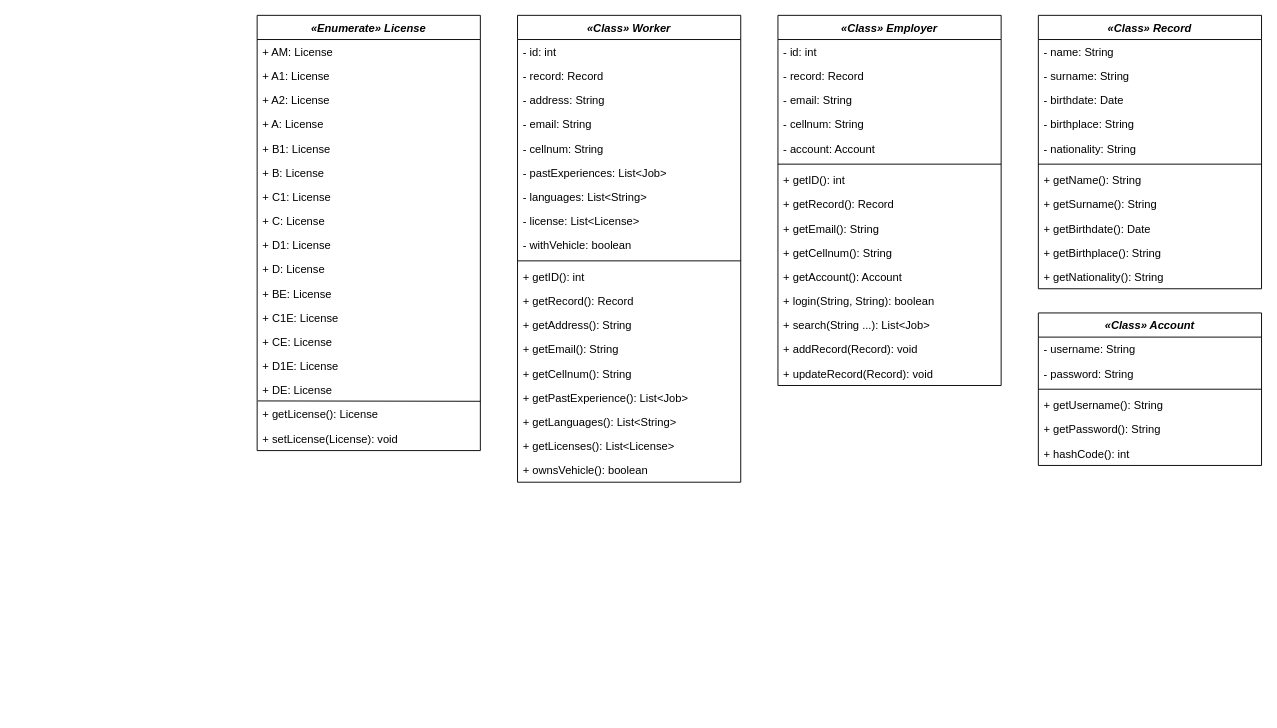
Alessio240593/SeasonalWorkApp keeps this draw.io diagram as doc/diagrams/class/class.drawio. Above is the earlier version. Source tidied: cells renumbered, new cells numbered last; positions are measured from the earlier drawing's top-left corner, leaving out a move shared by most shapes. Both pictures are drawn from the tidied source at 93%, with x=0, y=0 at pixel (257, 15).
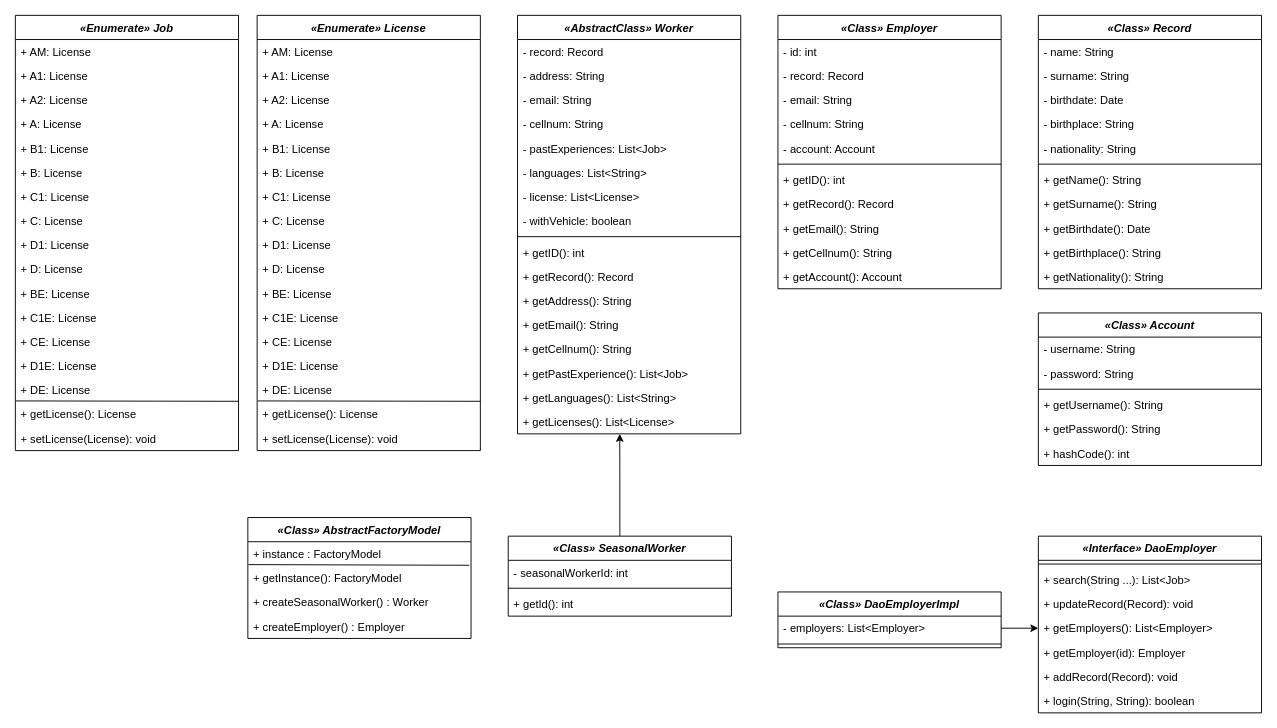
The same diagram, later.

Commit message:
prova class diagram

Change to the diagram source:
```diff
@@
     <mxCell id="2" value="«Class» Employer" style="swimlane;fontStyle=3;align=center;verticalAlign=top;horizontal=1;startSize=26;" parent="1" vertex="1">
-      <mxGeometry x="560" width="240" height="398" as="geometry" />
+      <mxGeometry x="560" width="240" height="294" as="geometry" />
     </mxCell>
@@
-    <mxCell id="14" value="+ login(String, String): boolean" style="text;strokeColor=none;fillColor=none;align=left;verticalAlign=top;spacingLeft=4;spacingRight=4;overflow=hidden;" parent="2" vertex="1">
-      <mxGeometry y="294" width="240" height="26" as="geometry" />
-    </mxCell>
-    <mxCell id="15" value="+ search(String ...): List&lt;Job&gt;" style="text;strokeColor=none;fillColor=none;align=left;verticalAlign=top;spacingLeft=4;spacingRight=4;overflow=hidden;" parent="2" vertex="1">
-      <mxGeometry y="320" width="240" height="26" as="geometry" />
-    </mxCell>
-    <mxCell id="16" value="+ addRecord(Record): void" style="text;strokeColor=none;fillColor=none;align=left;verticalAlign=top;spacingLeft=4;spacingRight=4;overflow=hidden;" parent="2" vertex="1">
-      <mxGeometry y="346" width="240" height="26" as="geometry" />
-    </mxCell>
-    <mxCell id="17" value="+ updateRecord(Record): void" style="text;strokeColor=none;fillColor=none;align=left;verticalAlign=top;spacingLeft=4;spacingRight=4;overflow=hidden;" parent="2" vertex="1">
-      <mxGeometry y="372" width="240" height="26" as="geometry" />
-    </mxCell>
@@
-    <mxCell id="37" value="«Class» Worker" style="swimlane;fontStyle=3;align=center;verticalAlign=top;horizontal=1;startSize=26;" parent="1" vertex="1">
-      <mxGeometry x="280" width="240" height="502" as="geometry" />
+    <mxCell id="37" value="«AbstractClass» Worker" style="swimlane;fontStyle=3;align=center;verticalAlign=top;horizontal=1;startSize=26;" parent="1" vertex="1">
+      <mxGeometry x="280" width="240" height="450" as="geometry" />
     </mxCell>
-    <mxCell id="38" value="- id: int" style="text;strokeColor=none;fillColor=none;align=left;verticalAlign=top;spacingLeft=4;spacingRight=4;overflow=hidden;" parent="37" vertex="1">
-      <mxGeometry y="26" width="240" height="26" as="geometry" />
-    </mxCell>
     <mxCell id="39" value="- record: Record" style="text;strokeColor=none;fillColor=none;align=left;verticalAlign=top;spacingLeft=4;spacingRight=4;overflow=hidden;" parent="37" vertex="1">
-      <mxGeometry y="52" width="240" height="26" as="geometry" />
+      <mxGeometry y="26" width="240" height="26" as="geometry" />
     </mxCell>
     <mxCell id="40" value="- address: String&#10;" style="text;strokeColor=none;fillColor=none;align=left;verticalAlign=top;spacingLeft=4;spacingRight=4;overflow=hidden;" parent="37" vertex="1">
-      <mxGeometry y="78" width="240" height="26" as="geometry" />
+      <mxGeometry y="52" width="240" height="26" as="geometry" />
     </mxCell>
     <mxCell id="41" value="- email: String&#10;" style="text;strokeColor=none;fillColor=none;align=left;verticalAlign=top;spacingLeft=4;spacingRight=4;overflow=hidden;" parent="37" vertex="1">
-      <mxGeometry y="104" width="240" height="26" as="geometry" />
+      <mxGeometry y="78" width="240" height="26" as="geometry" />
     </mxCell>
     <mxCell id="42" value="- cellnum: String" style="text;strokeColor=none;fillColor=none;align=left;verticalAlign=top;spacingLeft=4;spacingRight=4;overflow=hidden;" parent="37" vertex="1">
-      <mxGeometry y="130" width="240" height="26" as="geometry" />
+      <mxGeometry y="104" width="240" height="26" as="geometry" />
     </mxCell>
     <mxCell id="43" value="- pastExperiences: List&lt;Job&gt;" style="text;strokeColor=none;fillColor=none;align=left;verticalAlign=top;spacingLeft=4;spacingRight=4;overflow=hidden;" parent="37" vertex="1">
-      <mxGeometry y="156" width="240" height="26" as="geometry" />
+      <mxGeometry y="130" width="240" height="26" as="geometry" />
     </mxCell>
     <mxCell id="44" value="- languages: List&lt;String&gt;" style="text;strokeColor=none;fillColor=none;align=left;verticalAlign=top;spacingLeft=4;spacingRight=4;overflow=hidden;" parent="37" vertex="1">
-      <mxGeometry y="182" width="240" height="26" as="geometry" />
+      <mxGeometry y="156" width="240" height="26" as="geometry" />
     </mxCell>
     <mxCell id="45" value="- license: List&lt;License&gt;" style="text;strokeColor=none;fillColor=none;align=left;verticalAlign=top;spacingLeft=4;spacingRight=4;overflow=hidden;" parent="37" vertex="1">
-      <mxGeometry y="208" width="240" height="26" as="geometry" />
+      <mxGeometry y="182" width="240" height="26" as="geometry" />
     </mxCell>
     <mxCell id="46" value="- withVehicle: boolean" style="text;strokeColor=none;fillColor=none;align=left;verticalAlign=top;spacingLeft=4;spacingRight=4;overflow=hidden;" parent="37" vertex="1">
-      <mxGeometry y="234" width="240" height="26" as="geometry" />
+      <mxGeometry y="208" width="240" height="26" as="geometry" />
     </mxCell>
     <mxCell id="47" style="line;strokeWidth=1;fillColor=none;align=left;verticalAlign=middle;spacingTop=-1;spacingLeft=3;spacingRight=3;labelPosition=right;" parent="37" vertex="1">
-      <mxGeometry y="260" width="240" height="8" as="geometry" />
+      <mxGeometry y="234" width="240" height="8" as="geometry" />
     </mxCell>
     <mxCell id="48" value="+ getID(): int" style="text;strokeColor=none;fillColor=none;align=left;verticalAlign=top;spacingLeft=4;spacingRight=4;overflow=hidden;" parent="37" vertex="1">
-      <mxGeometry y="268" width="240" height="26" as="geometry" />
+      <mxGeometry y="242" width="240" height="26" as="geometry" />
     </mxCell>
     <mxCell id="49" value="+ getRecord(): Record" style="text;strokeColor=none;fillColor=none;align=left;verticalAlign=top;spacingLeft=4;spacingRight=4;overflow=hidden;" parent="37" vertex="1">
-      <mxGeometry y="294" width="240" height="26" as="geometry" />
+      <mxGeometry y="268" width="240" height="26" as="geometry" />
     </mxCell>
     <mxCell id="50" value="+ getAddress(): String" style="text;strokeColor=none;fillColor=none;align=left;verticalAlign=top;spacingLeft=4;spacingRight=4;overflow=hidden;" parent="37" vertex="1">
-      <mxGeometry y="320" width="240" height="26" as="geometry" />
+      <mxGeometry y="294" width="240" height="26" as="geometry" />
     </mxCell>
     <mxCell id="51" value="+ getEmail(): String" style="text;strokeColor=none;fillColor=none;align=left;verticalAlign=top;spacingLeft=4;spacingRight=4;overflow=hidden;" parent="37" vertex="1">
-      <mxGeometry y="346" width="240" height="26" as="geometry" />
+      <mxGeometry y="320" width="240" height="26" as="geometry" />
     </mxCell>
     <mxCell id="52" value="+ getCellnum(): String" style="text;strokeColor=none;fillColor=none;align=left;verticalAlign=top;spacingLeft=4;spacingRight=4;overflow=hidden;" parent="37" vertex="1">
-      <mxGeometry y="372" width="240" height="26" as="geometry" />
+      <mxGeometry y="346" width="240" height="26" as="geometry" />
     </mxCell>
     <mxCell id="53" value="+ getPastExperience(): List&lt;Job&gt;" style="text;strokeColor=none;fillColor=none;align=left;verticalAlign=top;spacingLeft=4;spacingRight=4;overflow=hidden;" parent="37" vertex="1">
-      <mxGeometry y="398" width="240" height="26" as="geometry" />
+      <mxGeometry y="372" width="240" height="26" as="geometry" />
     </mxCell>
     <mxCell id="54" value="+ getLanguages(): List&lt;String&gt;" style="text;strokeColor=none;fillColor=none;align=left;verticalAlign=top;spacingLeft=4;spacingRight=4;overflow=hidden;" parent="37" vertex="1">
-      <mxGeometry y="424" width="240" height="26" as="geometry" />
+      <mxGeometry y="398" width="240" height="26" as="geometry" />
     </mxCell>
     <mxCell id="55" value="+ getLicenses(): List&lt;License&gt;" style="text;strokeColor=none;fillColor=none;align=left;verticalAlign=top;spacingLeft=4;spacingRight=4;overflow=hidden;points=[[0,0.5],[1,0.5]];portConstraint=eastwest;" parent="37" vertex="1">
-      <mxGeometry y="450" width="240" height="26" as="geometry" />
+      <mxGeometry y="424" width="240" height="26" as="geometry" />
     </mxCell>
-    <mxCell id="56" value="+ ownsVehicle(): boolean" style="text;strokeColor=none;fillColor=none;align=left;verticalAlign=top;spacingLeft=4;spacingRight=4;overflow=hidden;" parent="37" vertex="1">
-      <mxGeometry y="476" width="240" height="26" as="geometry" />
-    </mxCell>
@@
+    <mxCell id="76" style="edgeStyle=orthogonalEdgeStyle;rounded=0;jettySize=auto;html=1;exitX=0.5;exitY=0;exitDx=0;exitDy=0;entryX=0.458;entryY=1;entryDx=0;entryDy=0;entryPerimeter=0;" parent="1" edge="1" source="77" target="55">
+      <mxGeometry relative="1" as="geometry" />
+    </mxCell>
+    <mxCell id="77" value="«Class» SeasonalWorker" style="swimlane;fontStyle=3;align=center;verticalAlign=top;horizontal=1;startSize=26;" parent="1" vertex="1">
+      <mxGeometry x="270" y="560" width="240" height="86" as="geometry" />
+    </mxCell>
+    <mxCell id="56" value="- seasonalWorkerId: int" style="text;strokeColor=none;fillColor=none;align=left;verticalAlign=top;spacingLeft=4;spacingRight=4;overflow=hidden;" parent="77" vertex="1">
+      <mxGeometry y="26" width="240" height="26" as="geometry" />
+    </mxCell>
+    <mxCell id="78" style="line;strokeWidth=1;fillColor=none;align=left;verticalAlign=middle;spacingTop=-1;spacingLeft=3;spacingRight=3;labelPosition=right;" parent="77" vertex="1">
+      <mxGeometry y="52" width="240" height="8" as="geometry" />
+    </mxCell>
+    <mxCell id="79" value="+ getId(): int" style="text;strokeColor=none;fillColor=none;align=left;verticalAlign=top;spacingLeft=4;spacingRight=4;overflow=hidden;" parent="77" vertex="1">
+      <mxGeometry y="60" width="240" height="26" as="geometry" />
+    </mxCell>
+    <mxCell id="80" value="«Enumerate» Job" style="swimlane;fontStyle=3;align=center;verticalAlign=top;horizontal=1;startSize=26;" parent="1" vertex="1">
+      <mxGeometry x="-260" width="240" height="468" as="geometry" />
+    </mxCell>
+    <mxCell id="81" value="+ AM: License" style="text;strokeColor=none;fillColor=none;align=left;verticalAlign=top;spacingLeft=4;spacingRight=4;overflow=hidden;" parent="80" vertex="1">
+      <mxGeometry y="26" width="240" height="26" as="geometry" />
+    </mxCell>
+    <mxCell id="82" value="+ A1: License" style="text;strokeColor=none;fillColor=none;align=left;verticalAlign=top;spacingLeft=4;spacingRight=4;overflow=hidden;" parent="80" vertex="1">
+      <mxGeometry y="52" width="240" height="26" as="geometry" />
+    </mxCell>
+    <mxCell id="83" value="+ A2: License" style="text;strokeColor=none;fillColor=none;align=left;verticalAlign=top;spacingLeft=4;spacingRight=4;overflow=hidden;" parent="80" vertex="1">
+      <mxGeometry y="78" width="240" height="26" as="geometry" />
+    </mxCell>
+    <mxCell id="84" value="+ A: License" style="text;strokeColor=none;fillColor=none;align=left;verticalAlign=top;spacingLeft=4;spacingRight=4;overflow=hidden;" parent="80" vertex="1">
+      <mxGeometry y="104" width="240" height="26" as="geometry" />
+    </mxCell>
+    <mxCell id="85" value="+ B1: License" style="text;strokeColor=none;fillColor=none;align=left;verticalAlign=top;spacingLeft=4;spacingRight=4;overflow=hidden;" parent="80" vertex="1">
+      <mxGeometry y="130" width="240" height="26" as="geometry" />
+    </mxCell>
+    <mxCell id="86" value="+ B: License" style="text;strokeColor=none;fillColor=none;align=left;verticalAlign=top;spacingLeft=4;spacingRight=4;overflow=hidden;" parent="80" vertex="1">
+      <mxGeometry y="156" width="240" height="26" as="geometry" />
+    </mxCell>
+    <mxCell id="87" value="+ C1: License" style="text;strokeColor=none;fillColor=none;align=left;verticalAlign=top;spacingLeft=4;spacingRight=4;overflow=hidden;" parent="80" vertex="1">
+      <mxGeometry y="182" width="240" height="26" as="geometry" />
+    </mxCell>
+    <mxCell id="88" value="+ C: License" style="text;strokeColor=none;fillColor=none;align=left;verticalAlign=top;spacingLeft=4;spacingRight=4;overflow=hidden;" parent="80" vertex="1">
+      <mxGeometry y="208" width="240" height="26" as="geometry" />
+    </mxCell>
+    <mxCell id="89" value="+ D1: License" style="text;strokeColor=none;fillColor=none;align=left;verticalAlign=top;spacingLeft=4;spacingRight=4;overflow=hidden;" parent="80" vertex="1">
+      <mxGeometry y="234" width="240" height="26" as="geometry" />
+    </mxCell>
+    <mxCell id="90" value="+ D: License" style="text;strokeColor=none;fillColor=none;align=left;verticalAlign=top;spacingLeft=4;spacingRight=4;overflow=hidden;" parent="80" vertex="1">
+      <mxGeometry y="260" width="240" height="26" as="geometry" />
+    </mxCell>
+    <mxCell id="91" value="+ BE: License" style="text;strokeColor=none;fillColor=none;align=left;verticalAlign=top;spacingLeft=4;spacingRight=4;overflow=hidden;" parent="80" vertex="1">
+      <mxGeometry y="286" width="240" height="26" as="geometry" />
+    </mxCell>
+    <mxCell id="92" value="+ C1E: License" style="text;strokeColor=none;fillColor=none;align=left;verticalAlign=top;spacingLeft=4;spacingRight=4;overflow=hidden;" parent="80" vertex="1">
+      <mxGeometry y="312" width="240" height="26" as="geometry" />
+    </mxCell>
+    <mxCell id="93" value="+ CE: License" style="text;strokeColor=none;fillColor=none;align=left;verticalAlign=top;spacingLeft=4;spacingRight=4;overflow=hidden;" parent="80" vertex="1">
+      <mxGeometry y="338" width="240" height="26" as="geometry" />
+    </mxCell>
+    <mxCell id="94" value="+ D1E: License" style="text;strokeColor=none;fillColor=none;align=left;verticalAlign=top;spacingLeft=4;spacingRight=4;overflow=hidden;" parent="80" vertex="1">
+      <mxGeometry y="364" width="240" height="26" as="geometry" />
+    </mxCell>
+    <mxCell id="95" value="+ DE: License" style="text;strokeColor=none;fillColor=none;align=left;verticalAlign=top;spacingLeft=4;spacingRight=4;overflow=hidden;" parent="80" vertex="1">
+      <mxGeometry y="390" width="240" height="26" as="geometry" />
+    </mxCell>
+    <mxCell id="96" value="+ getLicense(): License" style="text;strokeColor=none;fillColor=none;align=left;verticalAlign=top;spacingLeft=4;spacingRight=4;overflow=hidden;points=[[0,0.5],[1,0.5]];portConstraint=eastwest;" parent="80" vertex="1">
+      <mxGeometry y="416" width="240" height="26" as="geometry" />
+    </mxCell>
+    <mxCell id="97" value="+ setLicense(License): void" style="text;strokeColor=none;fillColor=none;align=left;verticalAlign=top;spacingLeft=4;spacingRight=4;overflow=hidden;" parent="80" vertex="1">
+      <mxGeometry y="442" width="240" height="26" as="geometry" />
+    </mxCell>
+    <mxCell id="98" style="endArrow=none;html=1;rounded=0;fontSize=12;exitX=0.003;exitY=-0.054;exitDx=0;exitDy=0;exitPerimeter=0;" parent="80" edge="1" source="96">
+      <mxGeometry relative="1" as="geometry">
+        <mxPoint x="240" y="415" as="targetPoint" />
+      </mxGeometry>
+    </mxCell>
+    <mxCell id="99" value="«Class» AbstractFactoryModel" style="swimlane;fontStyle=3;align=center;verticalAlign=top;horizontal=1;startSize=26;" parent="1" vertex="1">
+      <mxGeometry x="-10" y="540" width="240" height="130" as="geometry" />
+    </mxCell>
+    <mxCell id="100" value="+ instance : FactoryModel" style="text;strokeColor=none;fillColor=none;align=left;verticalAlign=top;spacingLeft=4;spacingRight=4;overflow=hidden;" parent="99" vertex="1">
+      <mxGeometry y="26" width="240" height="26" as="geometry" />
+    </mxCell>
+    <mxCell id="101" value="+ getInstance(): FactoryModel" style="text;strokeColor=none;fillColor=none;align=left;verticalAlign=top;spacingLeft=4;spacingRight=4;overflow=hidden;points=[[0,0.5],[1,0.5]];portConstraint=eastwest;" parent="99" vertex="1">
+      <mxGeometry y="52" width="240" height="26" as="geometry" />
+    </mxCell>
+    <mxCell id="102" style="endArrow=none;html=1;rounded=0;fontSize=12;exitX=0.003;exitY=-0.054;exitDx=0;exitDy=0;exitPerimeter=0;entryX=0.992;entryY=-0.026;entryDx=0;entryDy=0;entryPerimeter=0;" parent="99" edge="1" source="101" target="101">
+      <mxGeometry relative="1" as="geometry" />
+    </mxCell>
+    <mxCell id="103" value="+ createSeasonalWorker() : Worker" style="text;strokeColor=none;fillColor=none;align=left;verticalAlign=top;spacingLeft=4;spacingRight=4;overflow=hidden;" parent="99" vertex="1">
+      <mxGeometry y="78" width="240" height="26" as="geometry" />
+    </mxCell>
+    <mxCell id="104" value="+ createEmployer() : Employer" style="text;strokeColor=none;fillColor=none;align=left;verticalAlign=top;spacingLeft=4;spacingRight=4;overflow=hidden;" parent="99" vertex="1">
+      <mxGeometry y="104" width="240" height="26" as="geometry" />
+    </mxCell>
+    <mxCell id="105" value="«Class» DaoEmployerImpl" style="swimlane;fontStyle=3;align=center;verticalAlign=top;horizontal=1;startSize=26;" parent="1" vertex="1">
+      <mxGeometry x="560" y="620" width="240" height="60" as="geometry" />
+    </mxCell>
+    <mxCell id="106" value="- employers: List&lt;Employer&gt;" style="text;strokeColor=none;fillColor=none;align=left;verticalAlign=top;spacingLeft=4;spacingRight=4;overflow=hidden;points=[[0,0.5],[1,0.5]];portConstraint=eastwest;" parent="105" vertex="1">
+      <mxGeometry y="26" width="240" height="26" as="geometry" />
+    </mxCell>
+    <mxCell id="107" style="line;strokeWidth=1;fillColor=none;align=left;verticalAlign=middle;spacingTop=-1;spacingLeft=3;spacingRight=3;labelPosition=right;" parent="105" vertex="1">
+      <mxGeometry y="52" width="240" height="8" as="geometry" />
+    </mxCell>
+    <mxCell id="108" value="«Interface» DaoEmployer" style="swimlane;fontStyle=3;align=center;verticalAlign=top;horizontal=1;startSize=26;" parent="1" vertex="1">
+      <mxGeometry x="840" y="560" width="240" height="190" as="geometry" />
+    </mxCell>
+    <mxCell id="109" style="line;strokeWidth=1;fillColor=none;align=left;verticalAlign=middle;spacingTop=-1;spacingLeft=3;spacingRight=3;labelPosition=right;" parent="108" vertex="1">
+      <mxGeometry y="26" width="240" height="8" as="geometry" />
+    </mxCell>
+    <mxCell id="15" value="+ search(String ...): List&lt;Job&gt;" style="text;strokeColor=none;fillColor=none;align=left;verticalAlign=top;spacingLeft=4;spacingRight=4;overflow=hidden;" parent="108" vertex="1">
+      <mxGeometry y="34" width="240" height="26" as="geometry" />
+    </mxCell>
+    <mxCell id="17" value="+ updateRecord(Record): void" style="text;strokeColor=none;fillColor=none;align=left;verticalAlign=top;spacingLeft=4;spacingRight=4;overflow=hidden;" parent="108" vertex="1">
+      <mxGeometry y="60" width="240" height="26" as="geometry" />
+    </mxCell>
+    <mxCell id="110" value="+ getEmployers(): List&lt;Employer&gt;" style="text;strokeColor=none;fillColor=none;align=left;verticalAlign=top;spacingLeft=4;spacingRight=4;overflow=hidden;points=[[0,0.5],[1,0.5]];portConstraint=eastwest;" parent="108" vertex="1">
+      <mxGeometry y="86" width="240" height="26" as="geometry" />
+    </mxCell>
+    <mxCell id="111" value="+ getEmployer(id): Employer" style="text;strokeColor=none;fillColor=none;align=left;verticalAlign=top;spacingLeft=4;spacingRight=4;overflow=hidden;" parent="108" vertex="1">
+      <mxGeometry y="112" width="240" height="26" as="geometry" />
+    </mxCell>
+    <mxCell id="16" value="+ addRecord(Record): void" style="text;strokeColor=none;fillColor=none;align=left;verticalAlign=top;spacingLeft=4;spacingRight=4;overflow=hidden;" parent="108" vertex="1">
+      <mxGeometry y="138" width="240" height="26" as="geometry" />
+    </mxCell>
+    <mxCell id="14" value="+ login(String, String): boolean" style="text;strokeColor=none;fillColor=none;align=left;verticalAlign=top;spacingLeft=4;spacingRight=4;overflow=hidden;" parent="108" vertex="1">
+      <mxGeometry y="164" width="240" height="26" as="geometry" />
+    </mxCell>
+    <mxCell id="112" style="edgeStyle=orthogonalEdgeStyle;rounded=0;jettySize=auto;html=1;exitX=1;exitY=0.5;exitDx=0;exitDy=0;entryX=0;entryY=0.5;entryDx=0;entryDy=0;" parent="1" edge="1" source="106" target="110">
+      <mxGeometry relative="1" as="geometry" />
+    </mxCell>
```
